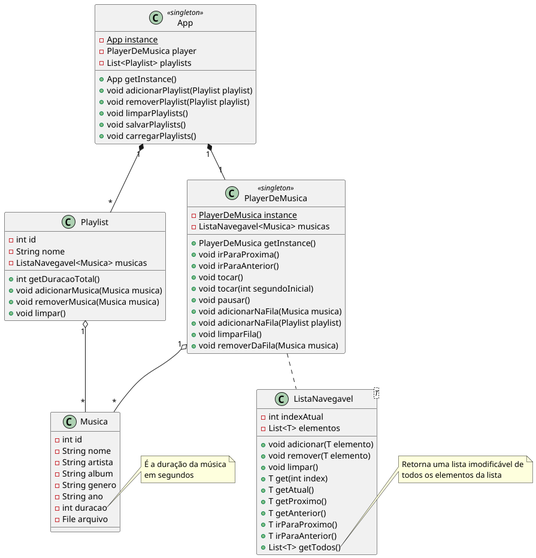
This is docs/uml_classes-0.png from carloscardoso05/Astroplayer, a PlantUML export, as it was before one commit.
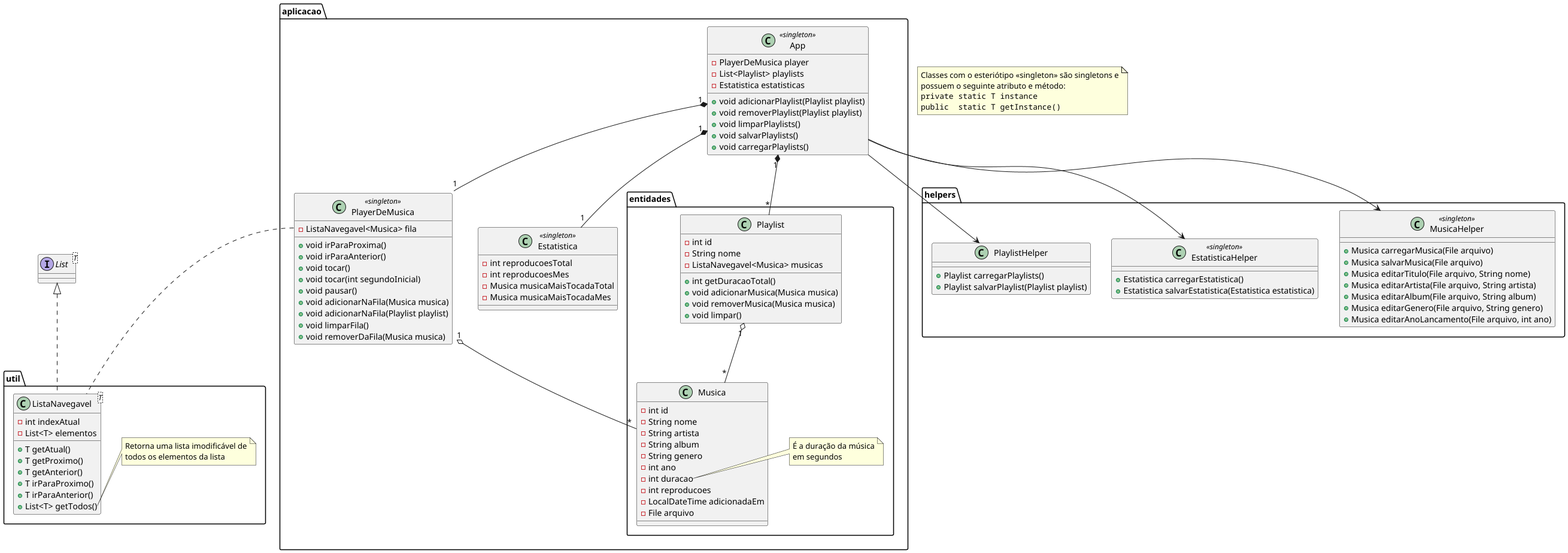
After the commit.

Commit message:
gera novo png uml

The edit, as a diff of the source:
```diff
@@ -1,85 +1,133 @@
 @startuml
 
+interface List<T>
 
-class Musica {
-    - int id
-    - String nome
-    - String artista
-    - String album
-    - String genero
-    - String ano
-    - int duracao
-    - File arquivo
+package aplicacao {
+
+    class App<<singleton>> {
+        - PlayerDeMusica player
+        - List<Playlist> playlists
+        - Estatistica estatisticas
+        + void adicionarPlaylist(Playlist playlist)
+        + void removerPlaylist(Playlist playlist)
+        + void limparPlaylists()
+        + void salvarPlaylists()
+        + void carregarPlaylists()
+    }
+
+    class PlayerDeMusica<<singleton>> {
+        - ListaNavegavel<Musica> fila
+        + void irParaProxima()
+        + void irParaAnterior()
+        + void tocar()
+        + void tocar(int segundoInicial)
+        + void pausar()
+        + void adicionarNaFila(Musica musica)
+        + void adicionarNaFila(Playlist playlist)
+        + void limparFila()
+        + void removerDaFila(Musica musica)
+    }
+
+    class Estatistica<<singleton>> {
+        - int reproducoesTotal
+        - int reproducoesMes
+        - Musica musicaMaisTocadaTotal
+        - Musica musicaMaisTocadaMes
+    }
+
+    package entidades {
+
+        class Musica {
+            - int id
+            - String nome
+            - String artista
+            - String album
+            - String genero
+            - int ano
+            - int duracao
+            - int reproducoes
+            - LocalDateTime adicionadaEm
+            - File arquivo
+        }
+
+        note right of Musica::duracao
+         É a duração da música
+         em segundos
+        end note
+
+        class Playlist {
+            - int id
+            - String nome
+            - ListaNavegavel<Musica> musicas
+            + int getDuracaoTotal()
+            + void adicionarMusica(Musica musica)
+            + void removerMusica(Musica musica)
+            + void limpar()
+        }
+    }
+
 }
 
-note right of Musica::duracao
- É a duração da música
- em segundos
-end note
+package helpers {
 
-class ListaNavegavel<T> {
-    - int indexAtual
-    - List<T> elementos
-    + void adicionar(T elemento)
-    + void remover(T elemento)
-    + void limpar()
-    + T get(int index)
-    + T getAtual()
-    + T getProximo()
-    + T getAnterior()
-    + T irParaProximo()
-    + T irParaAnterior()
-    + List<T> getTodos()
+    class MusicaHelper<<singleton>> {
+        + Musica carregarMusica(File arquivo)
+        + Musica salvarMusica(File arquivo)
+        + Musica editarTitulo(File arquivo, String nome)
+        + Musica editarArtista(File arquivo, String artista)
+        + Musica editarAlbum(File arquivo, String album)
+        + Musica editarGenero(File arquivo, String genero)
+        + Musica editarAnoLancamento(File arquivo, int ano)
+    }
+
+    class EstatisticaHelper<<singleton>> {
+        + Estatistica carregarEstatistica()
+        + Estatistica salvarEstatistica(Estatistica estatistica)
+    }
+
+    class PlaylistHelper {
+        + Playlist carregarPlaylists()
+        + Playlist salvarPlaylist(Playlist playlist)
+    }
+
 }
 
-note right of ListaNavegavel::getTodos
- Retorna uma lista imodificável de
- todos os elementos da lista
-end note
+package util {
 
-class Playlist {
-    - int id
-    - String nome
-    - ListaNavegavel<Musica> musicas
-    + int getDuracaoTotal()
-    + void adicionarMusica(Musica musica)
-    + void removerMusica(Musica musica)
-    + void limpar()
-}
+    class ListaNavegavel<T> implements .List<T> {
+        - int indexAtual
+        - List<T> elementos
+        + T getAtual()
+        + T getProximo()
+        + T getAnterior()
+        + T irParaProximo()
+        + T irParaAnterior()
+        + List<T> getTodos()
+    }
 
-Playlist "1" o-- "*" Musica
+    note right of ListaNavegavel::getTodos
+     Retorna uma lista imodificável de
+     todos os elementos da lista
+    end note
 
-class PlayerDeMusica<<singleton>> {
-    {static} - PlayerDeMusica instance
-    - ListaNavegavel<Musica> musicas
-    + PlayerDeMusica getInstance()
-    + void irParaProxima()
-    + void irParaAnterior()
-    + void tocar()
-    + void tocar(int segundoInicial)
-    + void pausar()
-    + void adicionarNaFila(Musica musica)
-    + void adicionarNaFila(Playlist playlist)
-    + void limparFila()
-    + void removerDaFila(Musica musica)
-}
-
-PlayerDeMusica .. ListaNavegavel
-PlayerDeMusica "1" o-- "*" Musica
-
-class App<<singleton>> {
-    {static} - App instance
-    - PlayerDeMusica player
-    - List<Playlist> playlists
-    + App getInstance()
-    + void adicionarPlaylist(Playlist playlist)
-    + void removerPlaylist(Playlist playlist)
-    + void limparPlaylists()
-    + void salvarPlaylists()
-    + void carregarPlaylists()
 }
 
 App "1" *-- "1" PlayerDeMusica
 App "1" *-- "*" Playlist
+App "1" *-- "1" Estatistica
+App --> MusicaHelper
+App --> EstatisticaHelper
+App --> PlaylistHelper
+PlayerDeMusica "1" o-- "*" Musica
+PlayerDeMusica::fila .. ListaNavegavel
+Playlist "1" o-- "*" Musica
 
+note as NotaSingleton
+    Classes com o esteriótipo <<singleton>> são singletons e
+    possuem o seguinte atributo e método:
+    <code>
+    private static T instance
+    public  static T getInstance()
+    </code>
+end note
 @enduml
```
